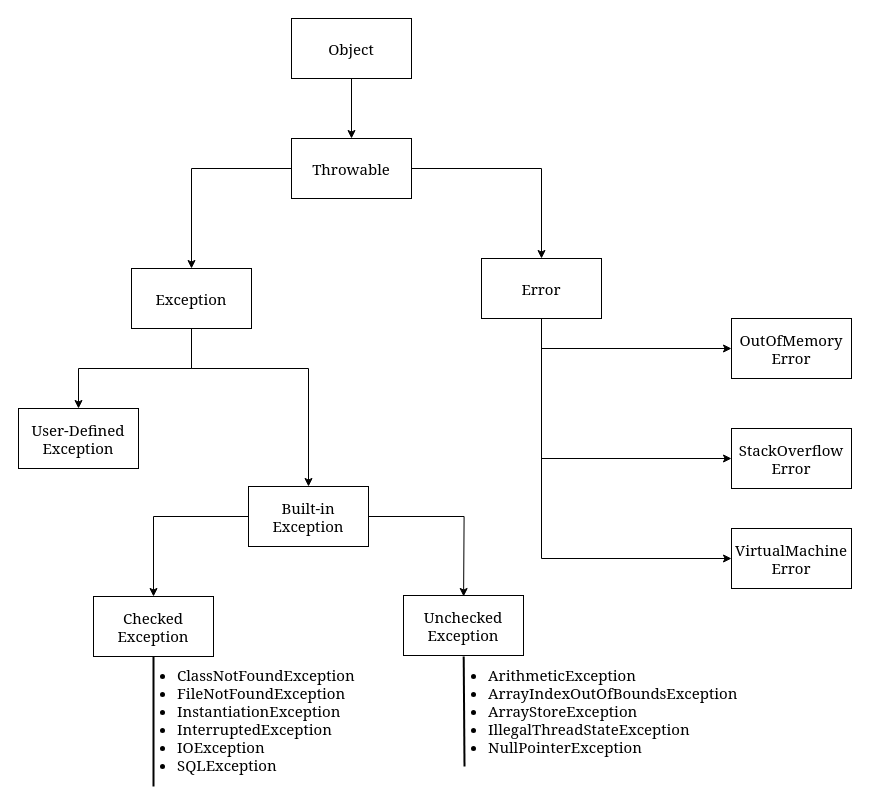
The draw.io diagram 00-JAVA/01-CORE-JAVA/20-EXCEPTION-HANDLING/images/exception-hierarchy.drawio in hello-aaditya/java-world, before the edit. Source tidied: cells renumbered, new cells numbered last; positions are measured from the earlier drawing's top-left corner, leaving out a move shared by most shapes. Both pictures are drawn from the tidied source at 100%, with x=0, y=0 at pixel (18, 18).
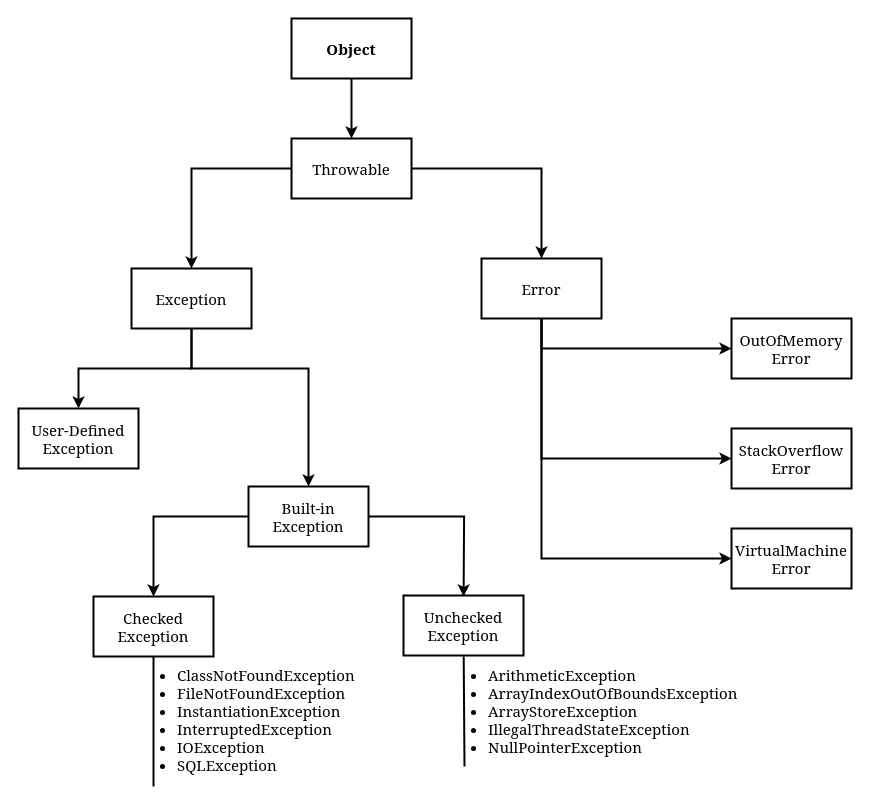
The same diagram, later.

Diff of the diagram source:
```diff
@@
-    <mxCell id="2" style="edgeStyle=orthogonalEdgeStyle;rounded=0;jettySize=auto;html=1;" parent="1" edge="1" source="3" target="6">
+    <mxCell id="2" style="edgeStyle=orthogonalEdgeStyle;rounded=0;jettySize=auto;html=1;strokeWidth=2;" parent="1" edge="1" source="3" target="6">
       <mxGeometry relative="1" as="geometry" />
     </mxCell>
-    <mxCell id="3" value="Object" style="rounded=0;whiteSpace=wrap;html=1;fontFamily=Georgia;fontSize=15;" parent="1" vertex="1">
+    <mxCell id="3" value="&lt;b&gt;Object&lt;/b&gt;" style="rounded=0;whiteSpace=wrap;html=1;fontFamily=Georgia;fontSize=15;strokeWidth=2;" parent="1" vertex="1">
       <mxGeometry x="273" width="120" height="60" as="geometry" />
     </mxCell>
-    <mxCell id="4" style="edgeStyle=orthogonalEdgeStyle;rounded=0;jettySize=auto;html=1;" parent="1" edge="1" source="6" target="9">
+    <mxCell id="4" style="edgeStyle=orthogonalEdgeStyle;rounded=0;jettySize=auto;html=1;strokeWidth=2;" parent="1" edge="1" source="6" target="9">
       <mxGeometry relative="1" as="geometry" />
     </mxCell>
-    <mxCell id="5" style="edgeStyle=orthogonalEdgeStyle;rounded=0;jettySize=auto;html=1;entryX=0.5;entryY=0;entryDx=0;entryDy=0;" parent="1" edge="1" source="6" target="13">
+    <mxCell id="5" style="edgeStyle=orthogonalEdgeStyle;rounded=0;jettySize=auto;html=1;entryX=0.5;entryY=0;entryDx=0;entryDy=0;strokeWidth=2;" parent="1" edge="1" source="6" target="13">
       <mxGeometry relative="1" as="geometry" />
     </mxCell>
-    <mxCell id="6" value="Throwable" style="rounded=0;whiteSpace=wrap;html=1;fontFamily=Georgia;fontSize=15;" parent="1" vertex="1">
+    <mxCell id="6" value="Throwable" style="rounded=0;whiteSpace=wrap;html=1;fontFamily=Georgia;fontSize=15;strokeWidth=2;" parent="1" vertex="1">
       <mxGeometry x="273" y="120" width="120" height="60" as="geometry" />
     </mxCell>
-    <mxCell id="7" style="edgeStyle=orthogonalEdgeStyle;rounded=0;jettySize=auto;html=1;" parent="1" edge="1" source="9" target="18">
+    <mxCell id="7" style="edgeStyle=orthogonalEdgeStyle;rounded=0;jettySize=auto;html=1;strokeWidth=2;" parent="1" edge="1" source="9" target="18">
       <mxGeometry relative="1" as="geometry" />
     </mxCell>
-    <mxCell id="8" style="edgeStyle=orthogonalEdgeStyle;rounded=0;jettySize=auto;html=1;" parent="1" edge="1" source="9" target="21">
+    <mxCell id="8" style="edgeStyle=orthogonalEdgeStyle;rounded=0;jettySize=auto;html=1;strokeWidth=2;" parent="1" edge="1" source="9" target="21">
       <mxGeometry relative="1" as="geometry">
         <Array as="points">
           <mxPoint x="173" y="350" />
           <mxPoint x="290" y="350" />
         </Array>
       </mxGeometry>
     </mxCell>
-    <mxCell id="9" value="Exception" style="rounded=0;whiteSpace=wrap;html=1;fontFamily=Georgia;fontSize=15;" parent="1" vertex="1">
+    <mxCell id="9" value="Exception" style="rounded=0;whiteSpace=wrap;html=1;fontFamily=Georgia;fontSize=15;strokeWidth=2;" parent="1" vertex="1">
       <mxGeometry x="113" y="250" width="120" height="60" as="geometry" />
     </mxCell>
-    <mxCell id="10" style="edgeStyle=orthogonalEdgeStyle;rounded=0;jettySize=auto;html=1;entryX=0;entryY=0.5;entryDx=0;entryDy=0;" parent="1" edge="1" source="13" target="22">
+    <mxCell id="10" style="edgeStyle=orthogonalEdgeStyle;rounded=0;jettySize=auto;html=1;entryX=0;entryY=0.5;entryDx=0;entryDy=0;strokeWidth=2;" parent="1" edge="1" source="13" target="22">
       <mxGeometry relative="1" as="geometry">
         <Array as="points">
           <mxPoint x="523" y="540" />
         </Array>
       </mxGeometry>
     </mxCell>
-    <mxCell id="11" style="edgeStyle=orthogonalEdgeStyle;rounded=0;jettySize=auto;html=1;entryX=0;entryY=0.5;entryDx=0;entryDy=0;" parent="1" edge="1" source="13" target="17">
+    <mxCell id="11" style="edgeStyle=orthogonalEdgeStyle;rounded=0;jettySize=auto;html=1;entryX=0;entryY=0.5;entryDx=0;entryDy=0;strokeWidth=2;" parent="1" edge="1" source="13" target="17">
       <mxGeometry relative="1" as="geometry">
         <Array as="points">
           <mxPoint x="523" y="440" />
         </Array>
       </mxGeometry>
     </mxCell>
-    <mxCell id="12" style="edgeStyle=orthogonalEdgeStyle;rounded=0;jettySize=auto;html=1;entryX=0;entryY=0.5;entryDx=0;entryDy=0;" parent="1" edge="1" source="13" target="16">
+    <mxCell id="12" style="edgeStyle=orthogonalEdgeStyle;rounded=0;jettySize=auto;html=1;entryX=0;entryY=0.5;entryDx=0;entryDy=0;strokeWidth=2;" parent="1" edge="1" source="13" target="16">
       <mxGeometry relative="1" as="geometry">
         <Array as="points">
           <mxPoint x="523" y="330" />
         </Array>
       </mxGeometry>
     </mxCell>
-    <mxCell id="13" value="Error" style="rounded=0;whiteSpace=wrap;html=1;fontFamily=Georgia;fontSize=15;" parent="1" vertex="1">
+    <mxCell id="13" value="Error" style="rounded=0;whiteSpace=wrap;html=1;fontFamily=Georgia;fontSize=15;strokeWidth=2;" parent="1" vertex="1">
       <mxGeometry x="463" y="240" width="120" height="60" as="geometry" />
     </mxCell>
-    <mxCell id="14" value="Checked&lt;div&gt;Exception&lt;/div&gt;" style="rounded=0;whiteSpace=wrap;html=1;fontFamily=Georgia;fontSize=15;" parent="1" vertex="1">
+    <mxCell id="14" value="Checked&lt;div&gt;Exception&lt;/div&gt;" style="rounded=0;whiteSpace=wrap;html=1;fontFamily=Georgia;fontSize=15;strokeWidth=2;" parent="1" vertex="1">
       <mxGeometry x="75" y="578" width="120" height="60" as="geometry" />
     </mxCell>
-    <mxCell id="15" value="Unchecked Exception" style="rounded=0;whiteSpace=wrap;html=1;fontFamily=Georgia;fontSize=15;" parent="1" vertex="1">
+    <mxCell id="15" value="Unchecked Exception" style="rounded=0;whiteSpace=wrap;html=1;fontFamily=Georgia;fontSize=15;strokeWidth=2;" parent="1" vertex="1">
       <mxGeometry x="385" y="577" width="120" height="60" as="geometry" />
     </mxCell>
-    <mxCell id="16" value="OutOfMemory&lt;div&gt;Error&lt;/div&gt;" style="rounded=0;whiteSpace=wrap;html=1;fontFamily=Georgia;fontSize=15;" parent="1" vertex="1">
+    <mxCell id="16" value="OutOfMemory&lt;div&gt;Error&lt;/div&gt;" style="rounded=0;whiteSpace=wrap;html=1;fontFamily=Georgia;fontSize=15;strokeWidth=2;" parent="1" vertex="1">
       <mxGeometry x="713" y="300" width="120" height="60" as="geometry" />
     </mxCell>
-    <mxCell id="17" value="StackOverflow&lt;div&gt;Error&lt;/div&gt;" style="rounded=0;whiteSpace=wrap;html=1;fontFamily=Georgia;fontSize=15;" parent="1" vertex="1">
+    <mxCell id="17" value="StackOverflow&lt;div&gt;Error&lt;/div&gt;" style="rounded=0;whiteSpace=wrap;html=1;fontFamily=Georgia;fontSize=15;strokeWidth=2;" parent="1" vertex="1">
       <mxGeometry x="713" y="410" width="120" height="60" as="geometry" />
     </mxCell>
-    <mxCell id="18" value="User-Defined Exception" style="rounded=0;whiteSpace=wrap;html=1;fontFamily=Georgia;fontSize=15;" parent="1" vertex="1">
+    <mxCell id="18" value="User-Defined Exception" style="rounded=0;whiteSpace=wrap;html=1;fontFamily=Georgia;fontSize=15;strokeWidth=2;" parent="1" vertex="1">
       <mxGeometry y="390" width="120" height="60" as="geometry" />
     </mxCell>
-    <mxCell id="19" style="edgeStyle=orthogonalEdgeStyle;rounded=0;jettySize=auto;html=1;" parent="1" edge="1" source="21" target="14">
+    <mxCell id="19" style="edgeStyle=orthogonalEdgeStyle;rounded=0;jettySize=auto;html=1;strokeWidth=2;" parent="1" edge="1" source="21" target="14">
       <mxGeometry relative="1" as="geometry" />
     </mxCell>
-    <mxCell id="20" style="edgeStyle=orthogonalEdgeStyle;rounded=0;jettySize=auto;html=1;" parent="1" edge="1" source="21">
+    <mxCell id="20" style="edgeStyle=orthogonalEdgeStyle;rounded=0;jettySize=auto;html=1;strokeWidth=2;" parent="1" edge="1" source="21">
       <mxGeometry relative="1" as="geometry">
         <mxPoint x="445.1" y="578" as="targetPoint" />
       </mxGeometry>
     </mxCell>
-    <mxCell id="21" value="Built-in&lt;div&gt;Exception&lt;/div&gt;" style="rounded=0;whiteSpace=wrap;html=1;fontFamily=Georgia;fontSize=15;" parent="1" vertex="1">
+    <mxCell id="21" value="Built-in&lt;div&gt;Exception&lt;/div&gt;" style="rounded=0;whiteSpace=wrap;html=1;fontFamily=Georgia;fontSize=15;strokeWidth=2;" parent="1" vertex="1">
       <mxGeometry x="230" y="468" width="120" height="60" as="geometry" />
     </mxCell>
-    <mxCell id="22" value="VirtualMachine&lt;div&gt;Error&lt;/div&gt;" style="rounded=0;whiteSpace=wrap;html=1;fontFamily=Georgia;fontSize=15;" parent="1" vertex="1">
+    <mxCell id="22" value="VirtualMachine&lt;div&gt;Error&lt;/div&gt;" style="rounded=0;whiteSpace=wrap;html=1;fontFamily=Georgia;fontSize=15;strokeWidth=2;" parent="1" vertex="1">
       <mxGeometry x="713" y="510" width="120" height="60" as="geometry" />
     </mxCell>
-    <mxCell id="23" value="&lt;ul&gt;&lt;li&gt;&lt;font&gt;ClassNotFoundException&lt;/font&gt;&lt;/li&gt;&lt;li&gt;&lt;font&gt;FileNotFoundException&lt;/font&gt;&lt;/li&gt;&lt;li&gt;&lt;font&gt;InstantiationException&lt;/font&gt;&lt;/li&gt;&lt;li&gt;&lt;font&gt;InterruptedException&lt;/font&gt;&lt;/li&gt;&lt;li&gt;&lt;font&gt;IOException&lt;/font&gt;&lt;/li&gt;&lt;li&gt;&lt;font&gt;SQLException&lt;/font&gt;&lt;/li&gt;&lt;/ul&gt;" style="text;html=1;whiteSpace=wrap;strokeColor=none;fillColor=none;align=left;verticalAlign=top;rounded=0;fontFamily=Georgia;fontSize=15;textDirection=ltr;" parent="1" vertex="1">
+    <mxCell id="23" value="&lt;ul&gt;&lt;li&gt;&lt;font&gt;ClassNotFoundException&lt;/font&gt;&lt;/li&gt;&lt;li&gt;&lt;font&gt;FileNotFoundException&lt;/font&gt;&lt;/li&gt;&lt;li&gt;&lt;font&gt;InstantiationException&lt;/font&gt;&lt;/li&gt;&lt;li&gt;&lt;font&gt;InterruptedException&lt;/font&gt;&lt;/li&gt;&lt;li&gt;&lt;font&gt;IOException&lt;/font&gt;&lt;/li&gt;&lt;li&gt;&lt;font&gt;SQLException&lt;/font&gt;&lt;/li&gt;&lt;/ul&gt;" style="text;html=1;whiteSpace=wrap;strokeColor=none;fillColor=none;align=left;verticalAlign=top;rounded=0;fontFamily=Georgia;fontSize=15;textDirection=ltr;strokeWidth=2;" parent="1" vertex="1">
       <mxGeometry x="117" y="626" width="200" height="130" as="geometry" />
     </mxCell>
@@
-    <mxCell id="25" value="&lt;ul&gt;&lt;li&gt;ArithmeticException&lt;/li&gt;&lt;li&gt;ArrayIndexOutOfBoundsException&lt;/li&gt;&lt;li&gt;ArrayStoreException&lt;/li&gt;&lt;li&gt;IllegalThreadStateException&lt;/li&gt;&lt;li&gt;NullPointerException&lt;/li&gt;&lt;/ul&gt;" style="text;html=1;whiteSpace=wrap;strokeColor=none;fillColor=none;align=left;verticalAlign=top;rounded=0;fontFamily=Georgia;fontSize=15;textDirection=ltr;" parent="1" vertex="1">
+    <mxCell id="25" value="&lt;ul&gt;&lt;li&gt;ArithmeticException&lt;/li&gt;&lt;li&gt;ArrayIndexOutOfBoundsException&lt;/li&gt;&lt;li&gt;ArrayStoreException&lt;/li&gt;&lt;li&gt;IllegalThreadStateException&lt;/li&gt;&lt;li&gt;NullPointerException&lt;/li&gt;&lt;/ul&gt;" style="text;html=1;whiteSpace=wrap;strokeColor=none;fillColor=none;align=left;verticalAlign=top;rounded=0;fontFamily=Georgia;fontSize=15;textDirection=ltr;strokeWidth=2;" parent="1" vertex="1">
       <mxGeometry x="428" y="626" width="260" height="120" as="geometry" />
     </mxCell>
```
